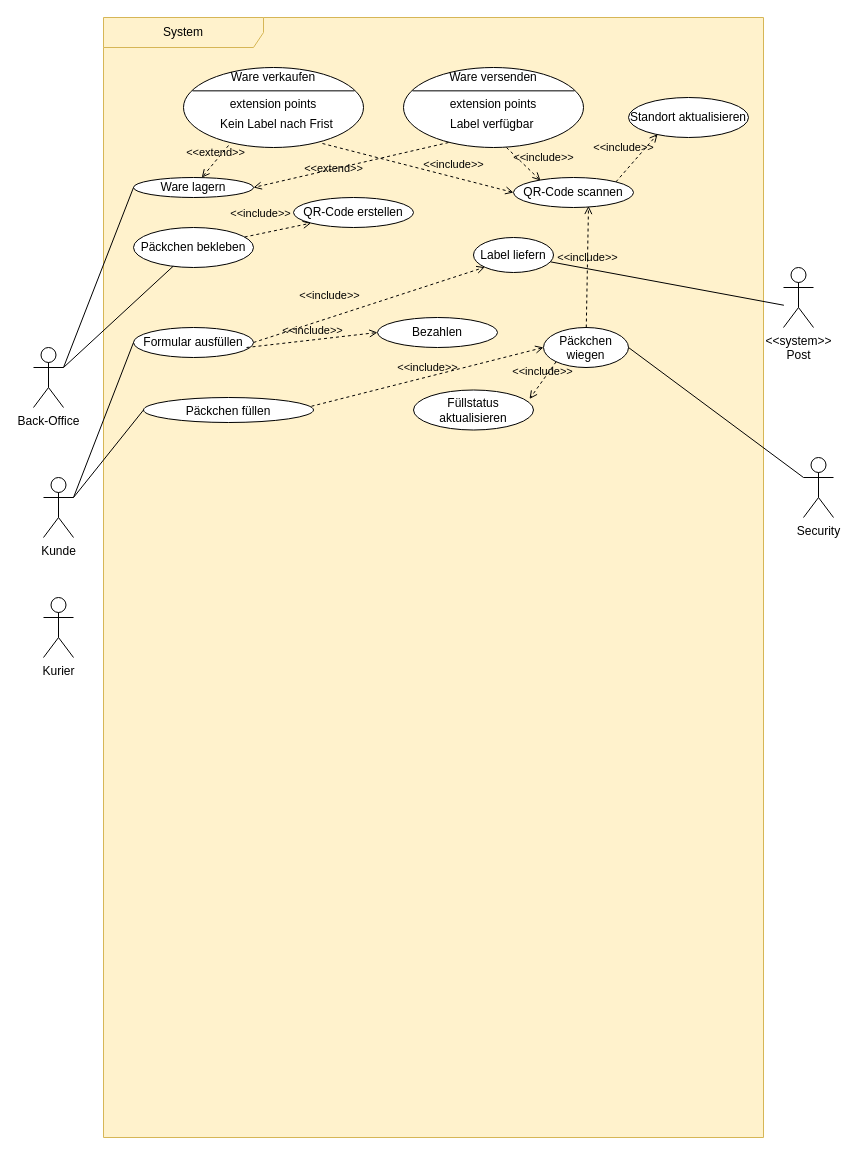
Earlier version of the draw.io diagram lb_use-case-big.drawio (ferreric/ffhs_swem). Source tidied: cells renumbered, new cells numbered last; positions are measured from the earlier drawing's top-left corner, leaving out a move shared by most shapes. Both pictures are drawn from the tidied source at 100%, with x=0, y=0 at pixel (33, 17).
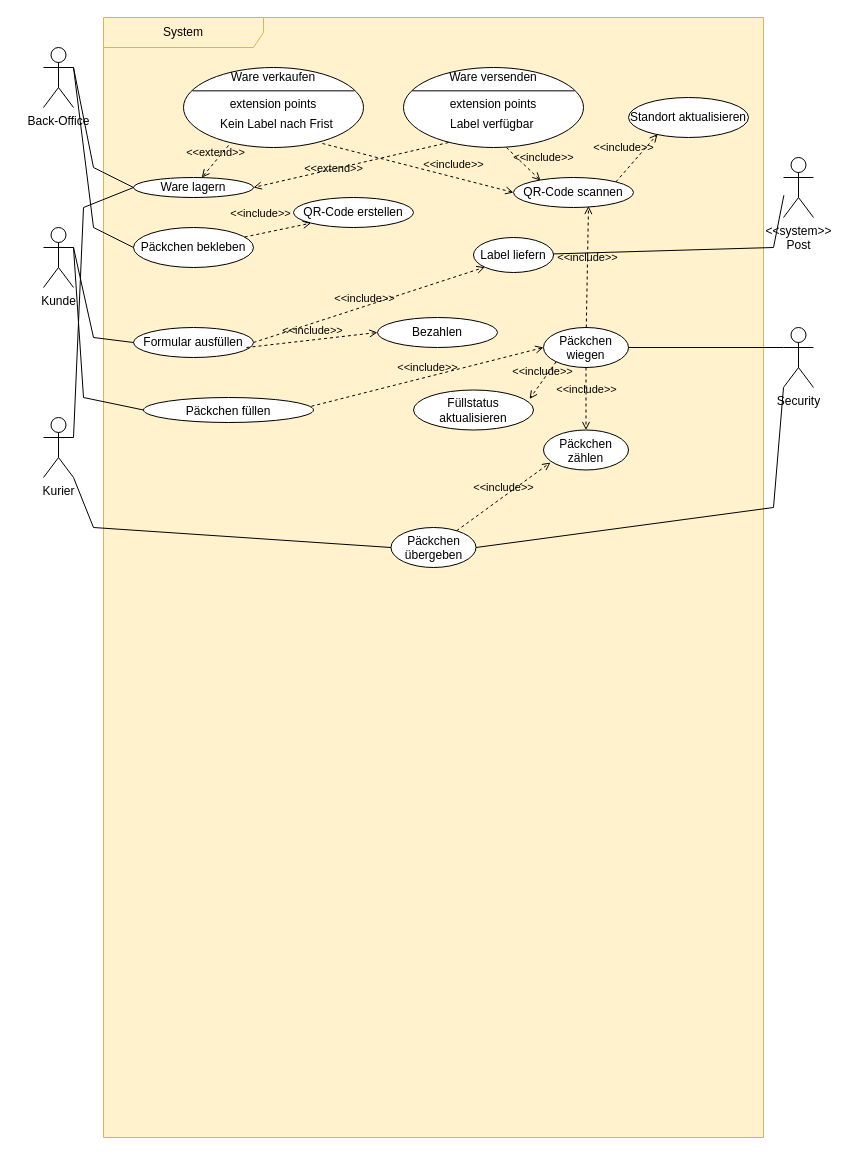
The same page after the edit.

Commit message:
lb_use-case-big.drawio kurier kann was

The change refers to these unchanged cells:
```xml
<mxCell id="2" value="System" style="shape=umlFrame;whiteSpace=wrap;html=1;width=160;fillStyle=auto;fillColor=#fff2cc;strokeColor=#d6b656;noLabel=0;gradientColor=none;swimlaneFillColor=#FFF2CC;" parent="1" vertex="1">
  <mxGeometry x="70" width="660" height="1120" as="geometry" />
</mxCell>
<mxCell id="3" value="&lt;div&gt;Päckchen füllen&lt;/div&gt;" style="ellipse;whiteSpace=wrap;html=1;verticalAlign=top;" parent="2" vertex="1">
  <mxGeometry x="40" y="380" width="170" height="25" as="geometry" />
</mxCell>
<mxCell id="4" value="Päckchen wiegen" style="ellipse;whiteSpace=wrap;html=1;verticalAlign=top;" parent="2" vertex="1">
  <mxGeometry x="440" y="310" width="85" height="40" as="geometry" />
</mxCell>
<mxCell id="5" value="Label liefern" style="ellipse;whiteSpace=wrap;html=1;dashed=0;" parent="2" vertex="1">
  <mxGeometry x="370" y="220" width="80" height="35" as="geometry" />
</mxCell>
<mxCell id="6" value="Päckchen bekleben" style="ellipse;whiteSpace=wrap;html=1;" parent="2" vertex="1">
  <mxGeometry x="30" y="210" width="120" height="40" as="geometry" />
</mxCell>
<mxCell id="11" value="Formular ausfüllen" style="ellipse;whiteSpace=wrap;html=1;" parent="2" vertex="1">
  <mxGeometry x="30" y="310" width="120" height="30" as="geometry" />
</mxCell>
<mxCell id="13" value="Ware lagern" style="ellipse;whiteSpace=wrap;html=1;" parent="2" vertex="1">
  <mxGeometry x="30" y="160" width="120" height="20" as="geometry" />
</mxCell>
```

The edit, as a diff of the source:
```diff
@@
     <mxCell id="10" value="&amp;lt;&amp;lt;include&amp;gt;&amp;gt;" style="html=1;verticalAlign=bottom;labelBackgroundColor=none;endArrow=open;endFill=0;dashed=1;rounded=0;entryX=0;entryY=1;entryDx=0;entryDy=0;exitX=1;exitY=0.5;exitDx=0;exitDy=0;" parent="2" edge="1" source="11" target="5">
-      <mxGeometry x="-0.31" y="13" relative="1" as="geometry" />
+      <mxGeometry x="-0.05" y="-1" relative="1" as="geometry" />
     </mxCell>
@@
+    <mxCell id="46" value="Päckchen übergeben" style="ellipse;whiteSpace=wrap;html=1;verticalAlign=top;" parent="2" vertex="1">
+      <mxGeometry x="287.5" y="510" width="85" height="40" as="geometry" />
+    </mxCell>
+    <mxCell id="47" value="Päckchen zählen" style="ellipse;whiteSpace=wrap;html=1;verticalAlign=top;" parent="2" vertex="1">
+      <mxGeometry x="440" y="412.5" width="85" height="40" as="geometry" />
+    </mxCell>
+    <mxCell id="48" value="&amp;lt;&amp;lt;include&amp;gt;&amp;gt;" style="html=1;verticalAlign=bottom;labelBackgroundColor=none;endArrow=open;endFill=0;dashed=1;rounded=0;entryX=0.5;entryY=0;entryDx=0;entryDy=0;exitX=0.5;exitY=1;exitDx=0;exitDy=0;" parent="2" edge="1" source="4" target="47">
+      <mxGeometry relative="1" as="geometry" />
+    </mxCell>
+    <mxCell id="49" value="&amp;lt;&amp;lt;include&amp;gt;&amp;gt;" style="html=1;verticalAlign=bottom;labelBackgroundColor=none;endArrow=open;endFill=0;dashed=1;rounded=0;entryX=0.082;entryY=0.813;entryDx=0;entryDy=0;entryPerimeter=0;" parent="2" edge="1" source="46" target="47">
+      <mxGeometry relative="1" as="geometry" />
+    </mxCell>
     <mxCell id="28" value="Back-Office" style="shape=umlActor;verticalLabelPosition=bottom;verticalAlign=top;html=1;" parent="1" vertex="1">
-      <mxGeometry y="330" width="30" height="60" as="geometry" />
+      <mxGeometry x="10" y="30" width="30" height="60" as="geometry" />
     </mxCell>
     <mxCell id="29" value="Security" style="shape=umlActor;verticalLabelPosition=bottom;verticalAlign=top;html=1;" parent="1" vertex="1">
-      <mxGeometry x="770" y="440" width="30" height="60" as="geometry" />
+      <mxGeometry x="750" y="310" width="30" height="60" as="geometry" />
     </mxCell>
     <mxCell id="30" value="Kunde" style="shape=umlActor;verticalLabelPosition=bottom;verticalAlign=top;html=1;" parent="1" vertex="1">
-      <mxGeometry x="10" y="460" width="30" height="60" as="geometry" />
+      <mxGeometry x="10" y="210" width="30" height="60" as="geometry" />
     </mxCell>
     <mxCell id="31" value="Kurier" style="shape=umlActor;verticalLabelPosition=bottom;verticalAlign=top;html=1;" parent="1" vertex="1">
-      <mxGeometry x="10" y="580" width="30" height="60" as="geometry" />
+      <mxGeometry x="10" y="400" width="30" height="60" as="geometry" />
     </mxCell>
@@
     <mxCell id="33" style="endArrow=none;html=1;rounded=0;entryX=0;entryY=0.5;entryDx=0;entryDy=0;exitX=1;exitY=0.3333333333333333;exitDx=0;exitDy=0;exitPerimeter=0;" parent="1" edge="1" source="30" target="3">
-      <mxGeometry relative="1" as="geometry" />
+      <mxGeometry relative="1" as="geometry">
+        <Array as="points">
+          <mxPoint x="50" y="380" />
+        </Array>
+      </mxGeometry>
     </mxCell>
     <mxCell id="34" style="endArrow=none;html=1;rounded=0;entryX=0.013;entryY=0.629;entryDx=0;entryDy=0;entryPerimeter=0;" parent="1" edge="1" source="5" target="35">
-      <mxGeometry relative="1" as="geometry" />
+      <mxGeometry relative="1" as="geometry">
+        <Array as="points">
+          <mxPoint x="740" y="230" />
+        </Array>
+      </mxGeometry>
     </mxCell>
     <mxCell id="35" value="&lt;div&gt;&amp;lt;&amp;lt;system&amp;gt;&amp;gt;&lt;/div&gt;&lt;div&gt;Post&lt;br&gt;&lt;/div&gt;" style="shape=umlActor;verticalLabelPosition=bottom;verticalAlign=top;html=1;" parent="1" vertex="1">
-      <mxGeometry x="750" y="250" width="30" height="60" as="geometry" />
+      <mxGeometry x="750" y="140" width="30" height="60" as="geometry" />
     </mxCell>
-    <mxCell id="36" style="endArrow=none;html=1;rounded=0;exitX=1;exitY=0.3333333333333333;exitDx=0;exitDy=0;exitPerimeter=0;" parent="1" edge="1" source="28" target="6">
-      <mxGeometry relative="1" as="geometry" />
+    <mxCell id="36" style="endArrow=none;html=1;rounded=0;exitX=1;exitY=0.3333333333333333;exitDx=0;exitDy=0;exitPerimeter=0;entryX=0;entryY=0.5;entryDx=0;entryDy=0;" parent="1" edge="1" source="28" target="6">
+      <mxGeometry relative="1" as="geometry">
+        <Array as="points">
+          <mxPoint x="60" y="210" />
+        </Array>
+      </mxGeometry>
     </mxCell>
-    <mxCell id="37" style="endArrow=none;html=1;rounded=0;entryX=0;entryY=0.5;entryDx=0;entryDy=0;" parent="1" edge="1" target="11">
+    <mxCell id="37" style="endArrow=none;html=1;rounded=0;entryX=0;entryY=0.5;entryDx=0;entryDy=0;exitX=1;exitY=0.3333333333333333;exitDx=0;exitDy=0;exitPerimeter=0;" parent="1" edge="1" source="30" target="11">
       <mxGeometry relative="1" as="geometry">
-        <mxPoint x="40" y="480" as="sourcePoint" />
+        <Array as="points">
+          <mxPoint x="60" y="320" />
+        </Array>
       </mxGeometry>
     </mxCell>
     <mxCell id="38" style="endArrow=none;html=1;rounded=0;entryX=0;entryY=0.5;entryDx=0;entryDy=0;exitX=1;exitY=0.3333333333333333;exitDx=0;exitDy=0;exitPerimeter=0;" parent="1" edge="1" source="28" target="13">
-      <mxGeometry relative="1" as="geometry" />
+      <mxGeometry relative="1" as="geometry">
+        <Array as="points">
+          <mxPoint x="60" y="150" />
+        </Array>
+      </mxGeometry>
     </mxCell>
@@
+    <mxCell id="50" style="endArrow=none;html=1;rounded=0;entryX=0;entryY=0.5;entryDx=0;entryDy=0;exitX=1;exitY=1;exitDx=0;exitDy=0;exitPerimeter=0;" parent="1" edge="1" source="31" target="46">
+      <mxGeometry relative="1" as="geometry">
+        <Array as="points">
+          <mxPoint x="60" y="510" />
+        </Array>
+      </mxGeometry>
+    </mxCell>
+    <mxCell id="51" style="endArrow=none;html=1;rounded=0;entryX=0;entryY=1;entryDx=0;entryDy=0;entryPerimeter=0;exitX=1;exitY=0.5;exitDx=0;exitDy=0;" parent="1" edge="1" source="46" target="29">
+      <mxGeometry relative="1" as="geometry">
+        <Array as="points">
+          <mxPoint x="740" y="490" />
+        </Array>
+      </mxGeometry>
+    </mxCell>
+    <mxCell id="52" style="endArrow=none;html=1;rounded=0;entryX=0;entryY=0.5;entryDx=0;entryDy=0;exitX=1;exitY=0.3333333333333333;exitDx=0;exitDy=0;exitPerimeter=0;" parent="1" edge="1" source="31" target="13">
+      <mxGeometry relative="1" as="geometry">
+        <Array as="points">
+          <mxPoint x="50" y="190" />
+        </Array>
+      </mxGeometry>
+    </mxCell>
```
